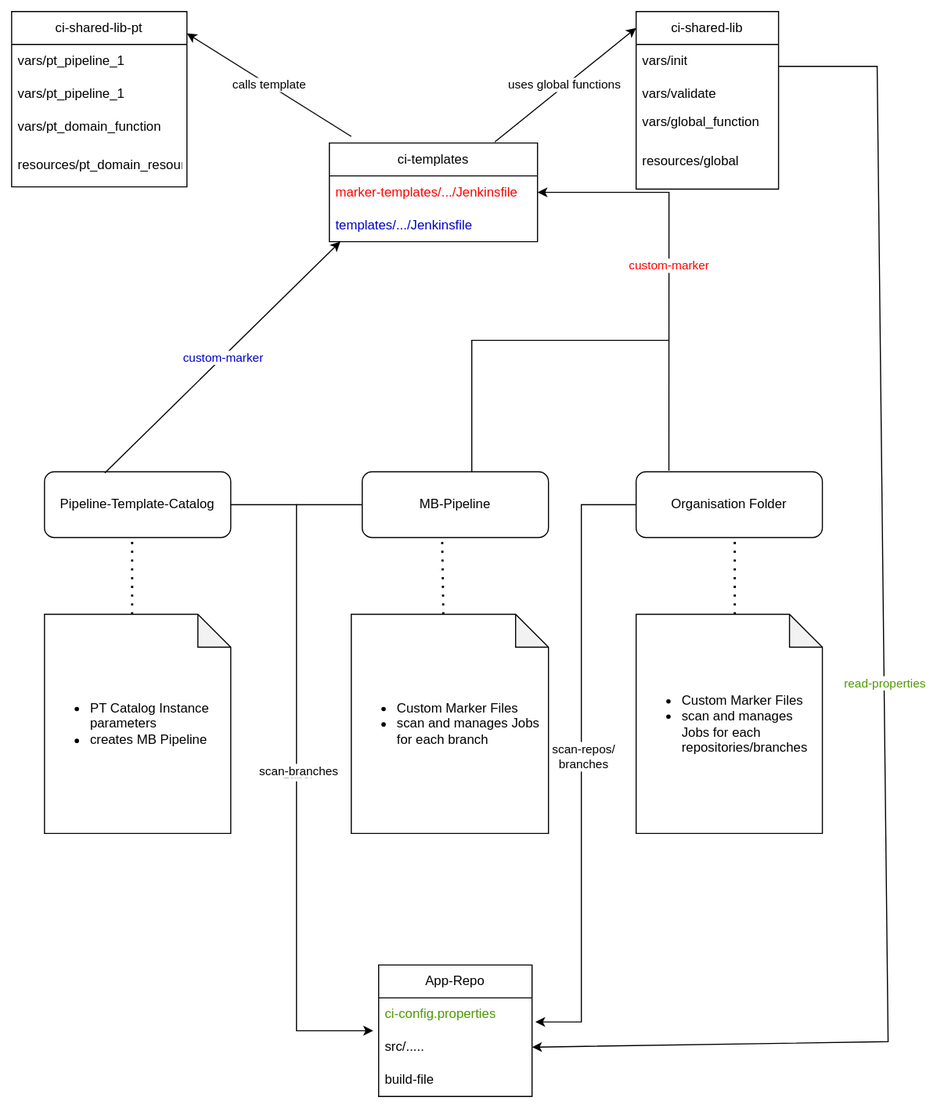
Above: images/CI-Component-diagram.svg in cb-ci-templates/ci-templates (draw.io), before the change. Source tidied: cells renumbered, new cells last; positions are measured from the earlier drawing's top-left corner, leaving out a move shared by most shapes.
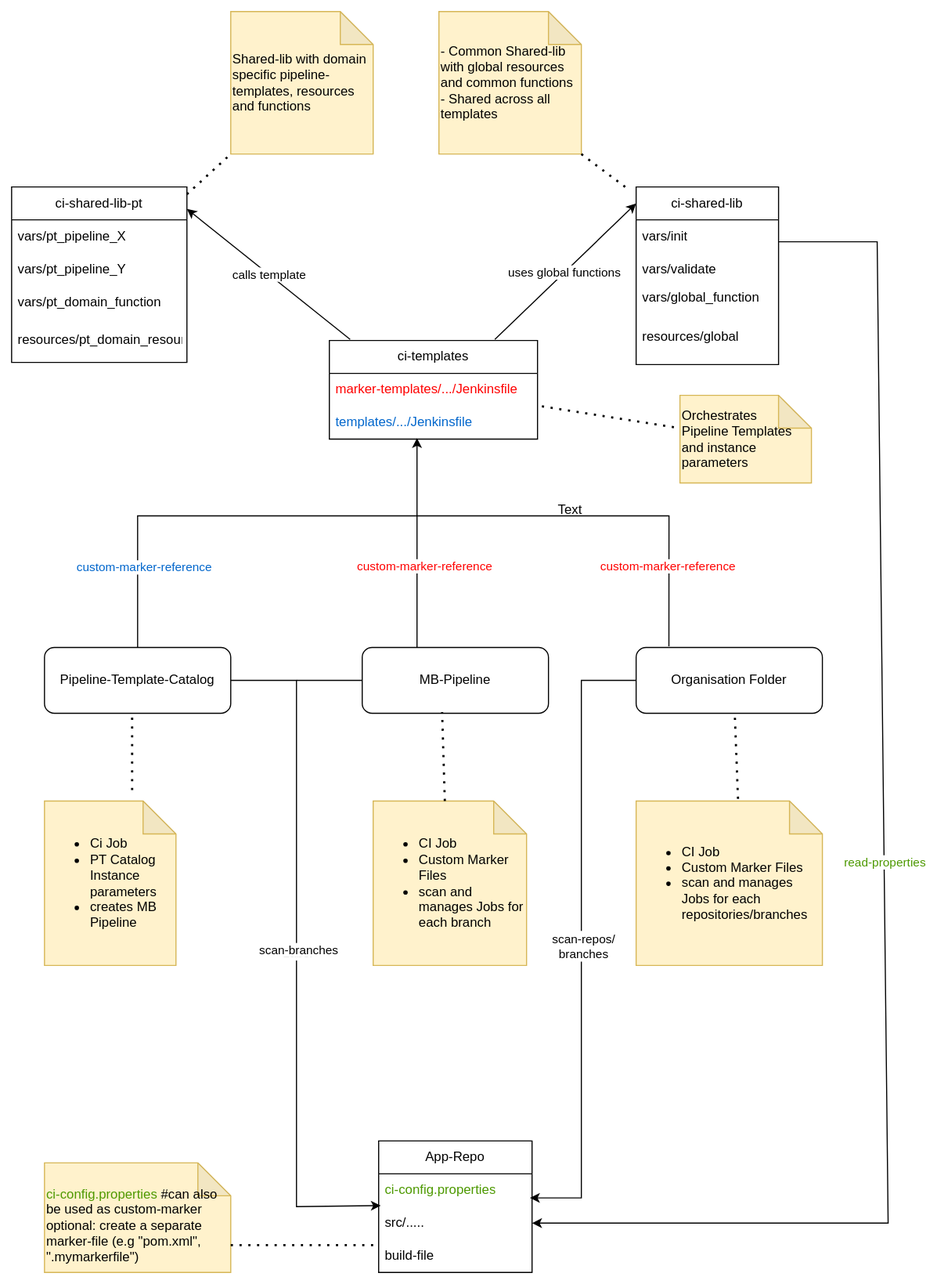
Later version of the same file.

Change to the diagram source:
```diff
@@ -11,13 +11,12 @@
     <mxCell id="4" value="Organisation Folder" style="rounded=1;whiteSpace=wrap;html=1;" parent="1" vertex="1">
       <mxGeometry x="570" y="420" width="170" height="60" as="geometry" />
     </mxCell>
-    <mxCell id="5" style="endArrow=classic;html=1;rounded=0;" parent="1" edge="1">
+    <mxCell id="5" style="endArrow=classic;html=1;rounded=0;exitX=0.1;exitY=-0.011;exitDx=0;exitDy=0;exitPerimeter=0;" parent="1" edge="1" source="23">
       <mxGeometry relative="1" as="geometry">
-        <mxPoint x="310" y="114" as="sourcePoint" />
         <mxPoint x="160" y="20" as="targetPoint" />
       </mxGeometry>
     </mxCell>
-    <mxCell id="6" value="calls template" style="edgeLabel;html=1;align=center;verticalAlign=middle;" parent="5" vertex="1">
+    <mxCell id="6" value="calls template" style="edgeLabel;html=1;align=center;verticalAlign=middle;rotation=0;" parent="5" vertex="1">
       <mxGeometry relative="1" as="geometry" />
     </mxCell>
     <mxCell id="7" style="endArrow=classic;html=1;rounded=0;exitX=0.795;exitY=-0.011;exitDx=0;exitDy=0;exitPerimeter=0;" parent="1" edge="1" source="23">
@@ -25,34 +24,29 @@
         <mxPoint x="570" y="15" as="targetPoint" />
       </mxGeometry>
     </mxCell>
-    <mxCell id="8" value="uses global functions&amp;nbsp;" style="edgeLabel;html=1;align=center;verticalAlign=middle;" parent="7" vertex="1">
+    <mxCell id="8" value="uses global functions&amp;nbsp;" style="edgeLabel;html=1;align=center;verticalAlign=middle;rotation=0;" parent="7" vertex="1">
       <mxGeometry relative="1" as="geometry" />
     </mxCell>
-    <mxCell id="9" style="endArrow=classic;html=1;rounded=0;exitX=0.324;exitY=0.017;exitDx=0;exitDy=0;exitPerimeter=0;" parent="1" edge="1" source="2">
-      <mxGeometry relative="1" as="geometry">
-        <mxPoint x="300" y="210" as="targetPoint" />
-      </mxGeometry>
-    </mxCell>
-    <mxCell id="10" value="&lt;span style=&quot;text-align: left;&quot;&gt;&lt;font color=&quot;#0000cc&quot;&gt;custom-marker&lt;/font&gt;&lt;/span&gt;" style="edgeLabel;html=1;align=center;verticalAlign=middle;" parent="9" vertex="1">
-      <mxGeometry relative="1" as="geometry" />
-    </mxCell>
-    <mxCell id="11" style="endArrow=classic;html=1;rounded=0;exitX=0.176;exitY=-0.017;exitDx=0;exitDy=0;exitPerimeter=0;entryX=1;entryY=0.5;entryDx=0;entryDy=0;" parent="1" edge="1" source="4" target="24">
+    <mxCell id="11" style="endArrow=classic;html=1;rounded=0;exitX=0.176;exitY=-0.017;exitDx=0;exitDy=0;exitPerimeter=0;entryX=0.421;entryY=0.967;entryDx=0;entryDy=0;entryPerimeter=0;" parent="1" edge="1" source="4" target="25">
       <mxGeometry relative="1" as="geometry">
         <Array as="points">
-          <mxPoint x="600" y="165" />
+          <mxPoint x="600" y="300" />
+          <mxPoint x="370" y="300" />
         </Array>
       </mxGeometry>
     </mxCell>
-    <mxCell id="12" value="&lt;span style=&quot;text-align: left;&quot;&gt;&lt;font color=&quot;#ff0000&quot;&gt;custom-marker&lt;/font&gt;&lt;/span&gt;" style="edgeLabel;html=1;align=center;verticalAlign=middle;" parent="11" vertex="1">
-      <mxGeometry relative="1" as="geometry" />
+    <mxCell id="12" value="&lt;span style=&quot;text-align: left;&quot;&gt;&lt;font color=&quot;#ff0000&quot;&gt;custom-marker-reference&lt;/font&gt;&lt;/span&gt;" style="edgeLabel;html=1;align=center;verticalAlign=middle;" parent="11" vertex="1">
+      <mxGeometry relative="1" as="geometry">
+        <mxPoint x="89" y="45" as="offset" />
+      </mxGeometry>
     </mxCell>
     <mxCell id="13" value="ci-shared-lib-pt" style="swimlane;fontStyle=0;horizontal=1;startSize=30;whiteSpace=wrap;html=1;" parent="1" vertex="1">
       <mxGeometry width="160" height="160" as="geometry" />
     </mxCell>
-    <mxCell id="14" value="vars/pt_pipeline_1" style="text;strokeColor=none;fillColor=none;align=left;verticalAlign=middle;spacingLeft=4;spacingRight=4;overflow=hidden;whiteSpace=wrap;html=1;" parent="13" vertex="1">
+    <mxCell id="14" value="vars/pt_pipeline_X" style="text;strokeColor=none;fillColor=none;align=left;verticalAlign=middle;spacingLeft=4;spacingRight=4;overflow=hidden;whiteSpace=wrap;html=1;" parent="13" vertex="1">
       <mxGeometry y="30" width="160" height="30" as="geometry" />
     </mxCell>
-    <mxCell id="15" value="vars/pt_pipeline_1" style="text;strokeColor=none;fillColor=none;align=left;verticalAlign=middle;spacingLeft=4;spacingRight=4;overflow=hidden;whiteSpace=wrap;html=1;" parent="13" vertex="1">
+    <mxCell id="15" value="vars/pt_pipeline_Y" style="text;strokeColor=none;fillColor=none;align=left;verticalAlign=middle;spacingLeft=4;spacingRight=4;overflow=hidden;whiteSpace=wrap;html=1;" parent="13" vertex="1">
       <mxGeometry y="60" width="160" height="30" as="geometry" />
     </mxCell>
     <mxCell id="16" value="vars/pt_domain_function" style="text;strokeColor=none;fillColor=none;align=left;verticalAlign=middle;spacingLeft=4;spacingRight=4;overflow=hidden;whiteSpace=wrap;html=1;" parent="13" vertex="1">
@@ -77,29 +71,28 @@
       <mxGeometry y="112" width="130" height="50" as="geometry" />
     </mxCell>
     <mxCell id="23" value="ci-templates" style="swimlane;fontStyle=0;horizontal=1;startSize=30;whiteSpace=wrap;html=1;" parent="1" vertex="1">
-      <mxGeometry x="290" y="120" width="190" height="90" as="geometry" />
+      <mxGeometry x="290" y="140" width="190" height="90" as="geometry" />
     </mxCell>
     <mxCell id="24" value="&lt;font color=&quot;#ff0000&quot;&gt;marker-templates/.../Jenkinsfile&lt;/font&gt;" style="text;strokeColor=none;fillColor=none;align=left;verticalAlign=middle;spacingLeft=4;spacingRight=4;overflow=hidden;points=[[0,0.5],[1,0.5]];portConstraint=eastwest;whiteSpace=wrap;html=1;" parent="23" vertex="1">
       <mxGeometry y="30" width="190" height="30" as="geometry" />
     </mxCell>
-    <mxCell id="25" value="&lt;font color=&quot;#0000cc&quot;&gt;templates/.../Jenkinsfile&lt;/font&gt;" style="text;strokeColor=none;fillColor=none;align=left;verticalAlign=middle;spacingLeft=4;spacingRight=4;overflow=hidden;points=[[0,0.5],[1,0.5]];portConstraint=eastwest;whiteSpace=wrap;html=1;" parent="23" vertex="1">
+    <mxCell id="25" value="&lt;font color=&quot;#0066cc&quot;&gt;templates/.../Jenkinsfile&lt;/font&gt;" style="text;strokeColor=none;fillColor=none;align=left;verticalAlign=middle;spacingLeft=4;spacingRight=4;overflow=hidden;points=[[0,0.5],[1,0.5]];portConstraint=eastwest;whiteSpace=wrap;html=1;" parent="23" vertex="1">
       <mxGeometry y="60" width="190" height="30" as="geometry" />
     </mxCell>
-    <mxCell id="26" value="&lt;ul&gt;&lt;li&gt;&lt;span style=&quot;background-color: initial;&quot;&gt;PT Catalog Instance parameters&lt;/span&gt;&lt;/li&gt;&lt;li&gt;creates MB Pipeline&lt;/li&gt;&lt;/ul&gt;" style="shape=note;whiteSpace=wrap;html=1;backgroundOutline=1;darkOpacity=0.05;align=left;" parent="1" vertex="1">
-      <mxGeometry x="30" y="550" width="170" height="200" as="geometry" />
+    <mxCell id="26" value="&lt;ul&gt;&lt;li&gt;&lt;span style=&quot;background-color: initial;&quot;&gt;Ci Job&lt;/span&gt;&lt;/li&gt;&lt;li&gt;&lt;span style=&quot;background-color: initial;&quot;&gt;PT Catalog Instance parameters&lt;/span&gt;&lt;/li&gt;&lt;li&gt;creates MB Pipeline&lt;/li&gt;&lt;/ul&gt;" style="shape=note;whiteSpace=wrap;html=1;backgroundOutline=1;darkOpacity=0.05;align=left;fillColor=#fff2cc;strokeColor=#d6b656;" parent="1" vertex="1">
+      <mxGeometry x="30" y="560" width="120" height="150" as="geometry" />
     </mxCell>
-    <mxCell id="27" value="&lt;ul&gt;&lt;li&gt;&lt;span style=&quot;background-color: initial;&quot;&gt;Custom Marker Files&lt;/span&gt;&lt;/li&gt;&lt;li&gt;scan and manages Jobs for each branch&lt;/li&gt;&lt;/ul&gt;" style="shape=note;whiteSpace=wrap;html=1;backgroundOutline=1;darkOpacity=0.05;align=left;" parent="1" vertex="1">
-      <mxGeometry x="310" y="550" width="180" height="200" as="geometry" />
+    <mxCell id="27" value="&lt;ul&gt;&lt;li&gt;&lt;span style=&quot;background-color: initial;&quot;&gt;CI Job&lt;/span&gt;&lt;/li&gt;&lt;li&gt;&lt;span style=&quot;background-color: initial;&quot;&gt;Custom Marker Files&lt;/span&gt;&lt;/li&gt;&lt;li&gt;scan and manages Jobs for each branch&lt;/li&gt;&lt;/ul&gt;" style="shape=note;whiteSpace=wrap;html=1;backgroundOutline=1;darkOpacity=0.05;align=left;fillColor=#fff2cc;strokeColor=#d6b656;" parent="1" vertex="1">
+      <mxGeometry x="330" y="560" width="140" height="150" as="geometry" />
     </mxCell>
-    <mxCell id="28" value="&lt;ul&gt;&lt;li&gt;&lt;span style=&quot;background-color: initial;&quot;&gt;Custom Marker Files&lt;/span&gt;&lt;/li&gt;&lt;li&gt;scan and manages Jobs for each repositories/branches&lt;/li&gt;&lt;/ul&gt;" style="shape=note;whiteSpace=wrap;html=1;backgroundOutline=1;darkOpacity=0.05;align=left;" parent="1" vertex="1">
-      <mxGeometry x="570" y="550" width="170" height="200" as="geometry" />
+    <mxCell id="28" value="&lt;ul&gt;&lt;li&gt;&lt;span style=&quot;background-color: initial;&quot;&gt;CI Job&lt;/span&gt;&lt;/li&gt;&lt;li&gt;&lt;span style=&quot;background-color: initial;&quot;&gt;Custom Marker Files&lt;/span&gt;&lt;/li&gt;&lt;li&gt;scan and manages Jobs for each repositories/branches&lt;/li&gt;&lt;/ul&gt;" style="shape=note;whiteSpace=wrap;html=1;backgroundOutline=1;darkOpacity=0.05;align=left;fillColor=#fff2cc;strokeColor=#d6b656;" parent="1" vertex="1">
+      <mxGeometry x="570" y="560" width="170" height="150" as="geometry" />
     </mxCell>
     <mxCell id="29" style="endArrow=none;dashed=1;html=1;dashPattern=1 3;strokeWidth=2;rounded=0;exitX=0.467;exitY=0;exitDx=0;exitDy=0;exitPerimeter=0;entryX=0.429;entryY=0.983;entryDx=0;entryDy=0;entryPerimeter=0;" parent="1" edge="1" source="27" target="3">
       <mxGeometry relative="1" as="geometry" />
     </mxCell>
-    <mxCell id="30" style="endArrow=none;dashed=1;html=1;dashPattern=1 3;strokeWidth=2;rounded=0;exitX=0;exitY=0;exitDx=60;exitDy=0;exitPerimeter=0;" parent="1" edge="1">
+    <mxCell id="30" style="endArrow=none;dashed=1;html=1;dashPattern=1 3;strokeWidth=2;rounded=0;exitX=0.547;exitY=-0.013;exitDx=0;exitDy=0;exitPerimeter=0;" parent="1" edge="1" source="28">
       <mxGeometry relative="1" as="geometry">
-        <mxPoint x="660" y="550" as="sourcePoint" />
         <mxPoint x="660" y="480" as="targetPoint" />
       </mxGeometry>
     </mxCell>
@@ -126,16 +119,15 @@
         <mxPoint x="700" y="50" as="sourcePoint" />
         <Array as="points">
           <mxPoint x="790" y="50" />
-          <mxPoint x="800" y="940" />
+          <mxPoint x="800" y="945" />
         </Array>
       </mxGeometry>
     </mxCell>
-    <mxCell id="37" value="&lt;font color=&quot;#4d9900&quot;&gt;read-properties&lt;/font&gt;" style="edgeLabel;html=1;align=center;verticalAlign=middle;" parent="36" vertex="1">
+    <mxCell id="37" value="&lt;font color=&quot;#4d9900&quot;&gt;read-properties&lt;/font&gt;" style="edgeLabel;html=1;align=center;verticalAlign=middle;rotation=0;" parent="36" vertex="1">
       <mxGeometry relative="1" as="geometry" />
     </mxCell>
-    <mxCell id="38" style="endArrow=classic;html=1;rounded=0;exitX=1;exitY=0.5;exitDx=0;exitDy=0;" parent="1" edge="1" source="2">
+    <mxCell id="38" style="endArrow=classic;html=1;rounded=0;exitX=1;exitY=0.5;exitDx=0;exitDy=0;entryX=0.014;entryY=-0.033;entryDx=0;entryDy=0;entryPerimeter=0;" parent="1" edge="1" source="2" target="34">
       <mxGeometry relative="1" as="geometry">
-        <mxPoint x="330" y="930" as="targetPoint" />
         <Array as="points">
           <mxPoint x="260" y="450" />
           <mxPoint x="260" y="930" />
@@ -145,7 +137,7 @@
     <mxCell id="39" value="Label" style="edgeLabel;html=1;align=center;verticalAlign=middle;" parent="38" vertex="1">
       <mxGeometry relative="1" as="geometry" />
     </mxCell>
-    <mxCell id="40" value="scan-branches" style="edgeLabel;html=1;align=center;verticalAlign=middle;" parent="38" vertex="1">
+    <mxCell id="40" value="scan-branches" style="edgeLabel;html=1;align=center;verticalAlign=middle;rotation=0;" parent="38" vertex="1">
       <mxGeometry x="-0.01" y="1" relative="1" as="geometry" />
     </mxCell>
     <mxCell id="41" style="endArrow=none;html=1;rounded=0;" parent="1" edge="1">
@@ -154,7 +146,7 @@
         <mxPoint x="320" y="450" as="targetPoint" />
       </mxGeometry>
     </mxCell>
-    <mxCell id="42" style="endArrow=classic;html=1;rounded=0;exitX=0;exitY=0.5;exitDx=0;exitDy=0;entryX=1.021;entryY=0.733;entryDx=0;entryDy=0;entryPerimeter=0;" parent="1" edge="1" source="4" target="33">
+    <mxCell id="42" style="endArrow=classic;html=1;rounded=0;exitX=0;exitY=0.5;exitDx=0;exitDy=0;entryX=0.986;entryY=0.733;entryDx=0;entryDy=0;entryPerimeter=0;" parent="1" edge="1" source="4" target="33">
       <mxGeometry relative="1" as="geometry">
         <Array as="points">
           <mxPoint x="520" y="450" />
@@ -165,17 +157,69 @@
     <mxCell id="43" value="Label" style="edgeLabel;html=1;align=center;verticalAlign=middle;" parent="42" vertex="1">
       <mxGeometry relative="1" as="geometry" />
     </mxCell>
-    <mxCell id="44" value="scan-repos/&lt;br&gt;branches" style="edgeLabel;html=1;align=center;verticalAlign=middle;" parent="42" vertex="1">
-      <mxGeometry x="-0.01" y="1" relative="1" as="geometry" />
+    <mxCell id="44" value="scan-repos/&lt;br&gt;branches" style="edgeLabel;html=1;align=center;verticalAlign=middle;rotation=0;" parent="42" vertex="1">
+      <mxGeometry x="-0.01" y="1" relative="1" as="geometry">
+        <mxPoint y="11" as="offset" />
+      </mxGeometry>
     </mxCell>
-    <mxCell id="45" style="endArrow=none;html=1;rounded=0;" parent="1" edge="1">
-      <mxGeometry relative="1" as="geometry">
-        <mxPoint x="420" y="420" as="sourcePoint" />
-        <mxPoint x="600" y="300" as="targetPoint" />
-        <Array as="points">
-          <mxPoint x="420" y="300" />
-        </Array>
-      </mxGeometry>
-    </mxCell>
+    <mxCell id="46" value="&lt;br&gt;&lt;font color=&quot;#4d9900&quot;&gt;ci-config.properties&lt;/font&gt; #can also be used as custom-marker&amp;nbsp;&lt;br&gt;optional: create a separate marker-file (e.g &quot;pom.xml&quot;, &quot;.mymarkerfile&quot;)&amp;nbsp;" style="shape=note;whiteSpace=wrap;html=1;backgroundOutline=1;darkOpacity=0.05;align=left;fillColor=#fff2cc;strokeColor=#d6b656;" parent="1" vertex="1">
+      <mxGeometry x="30" y="890" width="170" height="100" as="geometry" />
+    </mxCell>
+    <mxCell id="47" style="endArrow=none;dashed=1;html=1;dashPattern=1 3;strokeWidth=2;rounded=0;" parent="1" edge="1">
+      <mxGeometry relative="1" as="geometry">
+        <mxPoint x="200" y="965" as="sourcePoint" />
+        <mxPoint x="330" y="965" as="targetPoint" />
+      </mxGeometry>
+    </mxCell>
+    <mxCell id="48" style="endArrow=none;html=1;rounded=0;exitX=0.5;exitY=0;exitDx=0;exitDy=0;" parent="1" edge="1" source="2">
+      <mxGeometry relative="1" as="geometry">
+        <mxPoint x="370" y="300" as="targetPoint" />
+        <Array as="points">
+          <mxPoint x="115" y="300" />
+        </Array>
+      </mxGeometry>
+    </mxCell>
+    <mxCell id="49" style="endArrow=none;html=1;rounded=0;" parent="1" edge="1">
+      <mxGeometry relative="1" as="geometry">
+        <mxPoint x="370" y="420" as="sourcePoint" />
+        <mxPoint x="370" y="300" as="targetPoint" />
+      </mxGeometry>
+    </mxCell>
+    <mxCell id="50" value="&lt;span style=&quot;color: rgb(255, 0, 0); text-align: left;&quot;&gt;custom-marker-reference&lt;/span&gt;" style="edgeLabel;html=1;align=center;verticalAlign=middle;" parent="1" vertex="1">
+      <mxGeometry x="521" y="338" as="geometry">
+        <mxPoint x="-145" y="7" as="offset" />
+      </mxGeometry>
+    </mxCell>
+    <mxCell id="51" value="&lt;span style=&quot;text-align: left;&quot;&gt;&lt;font color=&quot;#0066cc&quot;&gt;custom-marker-reference&lt;/font&gt;&lt;/span&gt;" style="edgeLabel;html=1;align=center;verticalAlign=middle;" parent="1" vertex="1">
+      <mxGeometry x="120" y="346" as="geometry" />
+    </mxCell>
+    <mxCell id="52" value="Orchestrates&amp;nbsp;&lt;div&gt;Pipeline Templates and instance parameters&lt;/div&gt;" style="shape=note;whiteSpace=wrap;html=1;backgroundOutline=1;darkOpacity=0.05;align=left;fillColor=#fff2cc;strokeColor=#d6b656;" parent="1" vertex="1">
+      <mxGeometry x="610" y="190" width="120" height="80" as="geometry" />
+    </mxCell>
+    <mxCell id="53" style="endArrow=none;dashed=1;html=1;dashPattern=1 3;strokeWidth=2;rounded=0;exitX=1.021;exitY=0;exitDx=0;exitDy=0;exitPerimeter=0;" parent="1" edge="1" source="25">
+      <mxGeometry relative="1" as="geometry">
+        <mxPoint x="610" y="220" as="targetPoint" />
+      </mxGeometry>
+    </mxCell>
+    <mxCell id="54" style="edgeStyle=orthogonalEdgeStyle;rounded=0;orthogonalLoop=1;jettySize=auto;html=1;exitX=0.5;exitY=1;exitDx=0;exitDy=0;exitPerimeter=0;" parent="1" edge="1" source="26" target="26">
+      <mxGeometry relative="1" as="geometry" />
+    </mxCell>
+    <mxCell id="55" value="Shared-lib with domain specific pipeline-templates, resources&amp;nbsp; and functions&amp;nbsp;" style="shape=note;whiteSpace=wrap;html=1;backgroundOutline=1;darkOpacity=0.05;align=left;fillColor=#fff2cc;strokeColor=#d6b656;" parent="1" vertex="1">
+      <mxGeometry x="200" y="-160" width="130" height="130" as="geometry" />
+    </mxCell>
+    <mxCell id="56" value="- Common Shared-lib with global resources&amp;nbsp; and common functions&lt;div&gt;- Shared across all templates&amp;nbsp;&lt;/div&gt;" style="shape=note;whiteSpace=wrap;html=1;backgroundOutline=1;darkOpacity=0.05;align=left;fillColor=#fff2cc;strokeColor=#d6b656;" parent="1" vertex="1">
+      <mxGeometry x="390" y="-160" width="130" height="130" as="geometry" />
+    </mxCell>
+    <mxCell id="57" style="endArrow=none;dashed=1;html=1;dashPattern=1 3;strokeWidth=2;rounded=0;entryX=0;entryY=1;entryDx=0;entryDy=0;entryPerimeter=0;" parent="1" edge="1" source="13" target="55">
+      <mxGeometry relative="1" as="geometry" />
+    </mxCell>
+    <mxCell id="58" value="Text" style="text;html=1;align=center;verticalAlign=middle;whiteSpace=wrap;rounded=0;" parent="1" vertex="1">
+      <mxGeometry x="480" y="280" width="60" height="30" as="geometry" />
+    </mxCell>
+    <mxCell id="59" style="endArrow=none;dashed=1;html=1;dashPattern=1 3;strokeWidth=2;rounded=0;exitX=1;exitY=1;exitDx=0;exitDy=0;exitPerimeter=0;" parent="1" edge="1" source="56">
+      <mxGeometry relative="1" as="geometry">
+        <mxPoint x="560" as="targetPoint" />
+      </mxGeometry>
+    </mxCell>
   </root>
 </mxGraphModel>
```
